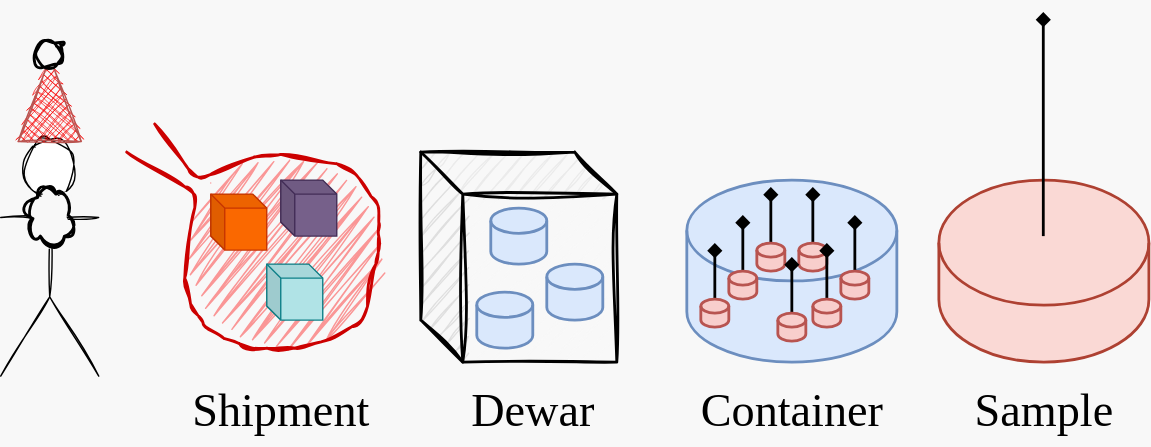
keeble/i19-1-workshop keeps this draw.io diagram as christmas.drawio.svg. Above is the earlier version. Source tidied: cells renumbered, new cells last; positions are measured from the earlier drawing's top-left corner, leaving out a move shared by most shapes. The source it was exported from:
```xml
<mxGraphModel background="#F8F8F8">
  <root>
    <mxCell id="0" />
    <mxCell id="1" parent="0" />
    <mxCell id="2" style="ellipse;whiteSpace=wrap;html=1;fillStyle=zigzag;strokeWidth=2;fillColor=#FA9696;strokeColor=none;sketch=1;curveFitting=1;jiggle=2;" parent="1" vertex="1">
      <mxGeometry x="130" y="100" width="140" height="140" as="geometry" />
    </mxCell>
    <mxCell id="3" style="shape=umlActor;verticalLabelPosition=bottom;verticalAlign=top;html=1;sketch=1;curveFitting=1;jiggle=2;" parent="1" vertex="1">
      <mxGeometry y="90" width="70" height="170" as="geometry" />
    </mxCell>
    <mxCell id="4" style="shape=cube;whiteSpace=wrap;html=1;boundedLbl=1;backgroundOutline=1;darkOpacity=0.05;darkOpacity2=0.1;size=10;fillColor=#fa6800;fontColor=#000000;strokeColor=#C73500;" parent="1" vertex="1">
      <mxGeometry x="150" y="130" width="40" height="40" as="geometry" />
    </mxCell>
    <mxCell id="5" style="edgeStyle=none;orthogonalLoop=1;jettySize=auto;html=1;rounded=1;endArrow=none;endFill=0;strokeWidth=2;fillColor=#f8cecc;strokeColor=#CC0000;sketch=1;curveFitting=1;jiggle=2;" parent="1" edge="1">
      <mxGeometry relative="1" as="geometry">
        <mxPoint x="90" y="100" as="sourcePoint" />
        <mxPoint x="110" y="80" as="targetPoint" />
        <Array as="points">
          <mxPoint x="140" y="130" />
          <mxPoint x="130" y="200" />
          <mxPoint x="150" y="230" />
          <mxPoint x="180" y="240" />
          <mxPoint x="220" y="240" />
          <mxPoint x="260" y="220" />
          <mxPoint x="270" y="170" />
          <mxPoint x="270" y="140" />
          <mxPoint x="250" y="110" />
          <mxPoint x="190" y="100" />
          <mxPoint x="140" y="120" />
        </Array>
      </mxGeometry>
    </mxCell>
    <mxCell id="6" style="triangle;whiteSpace=wrap;html=1;fillColor=#F80707;strokeColor=#b85450;rotation=-90;sketch=1;curveFitting=1;jiggle=2;fillStyle=cross-hatch;" parent="1" vertex="1">
      <mxGeometry x="5" y="40" width="60" height="45" as="geometry" />
    </mxCell>
    <mxCell id="7" style="ellipse;whiteSpace=wrap;html=1;fillColor=#F8F8F8;strokeWidth=2;sketch=1;curveFitting=1;jiggle=2;fillStyle=solid;" parent="1" vertex="1">
      <mxGeometry x="25" y="20" width="20" height="20" as="geometry" />
    </mxCell>
    <mxCell id="8" style="ellipse;shape=cloud;whiteSpace=wrap;html=1;strokeWidth=2;fillColor=#F8F8F8;sketch=1;curveFitting=1;jiggle=2;fillStyle=solid;" parent="1" vertex="1">
      <mxGeometry x="17.5" y="120" width="35" height="50" as="geometry" />
    </mxCell>
    <mxCell id="9" style="shape=cube;whiteSpace=wrap;html=1;boundedLbl=1;backgroundOutline=1;darkOpacity=0.05;darkOpacity2=0.1;size=10;fillColor=#b0e3e6;strokeColor=#0e8088;" parent="1" vertex="1">
      <mxGeometry x="190" y="180" width="40" height="40" as="geometry" />
    </mxCell>
    <mxCell id="10" style="shape=cube;whiteSpace=wrap;html=1;boundedLbl=1;backgroundOutline=1;darkOpacity=0.05;darkOpacity2=0.1;size=10;fillColor=#76608a;fontColor=#ffffff;strokeColor=#432D57;" parent="1" vertex="1">
      <mxGeometry x="200" y="120" width="40" height="40" as="geometry" />
    </mxCell>
    <mxCell id="11" style="shape=cube;whiteSpace=wrap;html=1;boundedLbl=1;backgroundOutline=1;darkOpacity=0.05;darkOpacity2=0.1;strokeWidth=2;fillColor=#F8F8F8;size=30;sketch=1;curveFitting=1;jiggle=2;" parent="1" vertex="1">
      <mxGeometry x="300" y="100" width="140" height="150" as="geometry" />
    </mxCell>
    <mxCell id="12" style="shape=cylinder3;whiteSpace=wrap;html=1;boundedLbl=1;backgroundOutline=1;size=9;strokeWidth=2;fillColor=#dae8fc;strokeColor=#6c8ebf;" parent="1" vertex="1">
      <mxGeometry x="340" y="200" width="40" height="40" as="geometry" />
    </mxCell>
    <mxCell id="13" style="shape=cylinder3;whiteSpace=wrap;html=1;boundedLbl=1;backgroundOutline=1;size=9;strokeWidth=2;fillColor=#dae8fc;strokeColor=#6c8ebf;" parent="1" vertex="1">
      <mxGeometry x="350" y="140" width="40" height="40" as="geometry" />
    </mxCell>
    <mxCell id="14" style="shape=cylinder3;whiteSpace=wrap;html=1;boundedLbl=1;backgroundOutline=1;size=9;strokeWidth=2;fillColor=#dae8fc;strokeColor=#6c8ebf;" parent="1" vertex="1">
      <mxGeometry x="390" y="180" width="40" height="40" as="geometry" />
    </mxCell>
    <mxCell id="15" style="shape=cylinder3;whiteSpace=wrap;html=1;boundedLbl=1;backgroundOutline=1;size=36;strokeWidth=2;fillColor=#dae8fc;strokeColor=#6c8ebf;" parent="1" vertex="1">
      <mxGeometry x="490" y="120" width="150" height="130" as="geometry" />
    </mxCell>
    <mxCell id="16" style="edgeStyle=orthogonalEdgeStyle;rounded=1;jettySize=auto;html=1;exitX=0.5;exitY=0;exitDx=0;exitDy=0;exitPerimeter=0;strokeWidth=2;endArrow=diamond;endFill=1;startArrow=none;startFill=0;" parent="1" edge="1" source="17">
      <mxGeometry relative="1" as="geometry">
        <mxPoint x="530" y="145" as="targetPoint" />
      </mxGeometry>
    </mxCell>
    <mxCell id="17" style="shape=cylinder3;whiteSpace=wrap;html=1;boundedLbl=1;backgroundOutline=1;size=5;strokeWidth=2;fillColor=#f8cecc;strokeColor=#b85450;" parent="1" vertex="1">
      <mxGeometry x="520" y="185" width="20" height="20" as="geometry" />
    </mxCell>
    <mxCell id="18" style="edgeStyle=orthogonalEdgeStyle;rounded=1;jettySize=auto;html=1;exitX=0.5;exitY=0;exitDx=0;exitDy=0;exitPerimeter=0;strokeWidth=2;endArrow=diamond;endFill=1;startArrow=none;startFill=0;" parent="1" edge="1" source="19">
      <mxGeometry relative="1" as="geometry">
        <mxPoint x="610" y="145" as="targetPoint" />
      </mxGeometry>
    </mxCell>
    <mxCell id="19" style="shape=cylinder3;whiteSpace=wrap;html=1;boundedLbl=1;backgroundOutline=1;size=5;strokeWidth=2;fillColor=#f8cecc;strokeColor=#b85450;" parent="1" vertex="1">
      <mxGeometry x="600" y="185" width="20" height="20" as="geometry" />
    </mxCell>
    <mxCell id="20" style="edgeStyle=orthogonalEdgeStyle;rounded=1;jettySize=auto;html=1;exitX=0.5;exitY=0;exitDx=0;exitDy=0;exitPerimeter=0;strokeWidth=2;endArrow=diamond;endFill=1;startArrow=none;startFill=0;" parent="1" edge="1" source="21">
      <mxGeometry relative="1" as="geometry">
        <mxPoint x="580" y="125" as="targetPoint" />
      </mxGeometry>
    </mxCell>
    <mxCell id="21" style="shape=cylinder3;whiteSpace=wrap;html=1;boundedLbl=1;backgroundOutline=1;size=5;strokeWidth=2;fillColor=#f8cecc;strokeColor=#b85450;" parent="1" vertex="1">
      <mxGeometry x="570" y="165" width="20" height="20" as="geometry" />
    </mxCell>
    <mxCell id="22" style="edgeStyle=orthogonalEdgeStyle;rounded=1;jettySize=auto;html=1;exitX=0.5;exitY=0;exitDx=0;exitDy=0;exitPerimeter=0;strokeWidth=2;endArrow=diamond;endFill=1;startArrow=none;startFill=0;" parent="1" edge="1" source="23">
      <mxGeometry relative="1" as="geometry">
        <mxPoint x="550" y="125" as="targetPoint" />
      </mxGeometry>
    </mxCell>
    <mxCell id="23" style="shape=cylinder3;whiteSpace=wrap;html=1;boundedLbl=1;backgroundOutline=1;size=5;strokeWidth=2;fillColor=#f8cecc;strokeColor=#b85450;" parent="1" vertex="1">
      <mxGeometry x="540" y="165" width="20" height="20" as="geometry" />
    </mxCell>
    <mxCell id="24" style="edgeStyle=orthogonalEdgeStyle;rounded=1;jettySize=auto;html=1;exitX=0.5;exitY=0;exitDx=0;exitDy=0;exitPerimeter=0;strokeWidth=2;endArrow=diamond;endFill=1;startArrow=none;startFill=0;" parent="1" edge="1" source="25">
      <mxGeometry relative="1" as="geometry">
        <mxPoint x="590" y="165" as="targetPoint" />
      </mxGeometry>
    </mxCell>
    <mxCell id="25" style="shape=cylinder3;whiteSpace=wrap;html=1;boundedLbl=1;backgroundOutline=1;size=5;strokeWidth=2;fillColor=#f8cecc;strokeColor=#b85450;" parent="1" vertex="1">
      <mxGeometry x="580" y="205" width="20" height="20" as="geometry" />
    </mxCell>
    <mxCell id="26" style="edgeStyle=orthogonalEdgeStyle;rounded=1;jettySize=auto;html=1;exitX=0.5;exitY=0;exitDx=0;exitDy=0;exitPerimeter=0;strokeWidth=2;endArrow=diamond;endFill=1;startArrow=none;startFill=0;" parent="1" edge="1" source="27">
      <mxGeometry relative="1" as="geometry">
        <mxPoint x="565" y="175" as="targetPoint" />
      </mxGeometry>
    </mxCell>
    <mxCell id="27" style="shape=cylinder3;whiteSpace=wrap;html=1;boundedLbl=1;backgroundOutline=1;size=5;strokeWidth=2;fillColor=#f8cecc;strokeColor=#b85450;" parent="1" vertex="1">
      <mxGeometry x="555" y="215" width="20" height="20" as="geometry" />
    </mxCell>
    <mxCell id="28" style="edgeStyle=orthogonalEdgeStyle;rounded=1;jettySize=auto;html=1;exitX=0.5;exitY=0;exitDx=0;exitDy=0;exitPerimeter=0;strokeWidth=2;endArrow=diamond;endFill=1;startArrow=none;startFill=0;" parent="1" edge="1" source="29">
      <mxGeometry relative="1" as="geometry">
        <mxPoint x="510" y="165" as="targetPoint" />
      </mxGeometry>
    </mxCell>
    <mxCell id="29" style="shape=cylinder3;whiteSpace=wrap;html=1;boundedLbl=1;backgroundOutline=1;size=5;strokeWidth=2;fillColor=#f8cecc;strokeColor=#b85450;" parent="1" vertex="1">
      <mxGeometry x="500" y="205" width="20" height="20" as="geometry" />
    </mxCell>
    <mxCell id="30" value="Shipment" style="text;html=1;align=center;verticalAlign=middle;strokeColor=none;fillColor=none;fontSize=33;fontFamily=Verdana;" parent="1" vertex="1">
      <mxGeometry x="110" y="260" width="180" height="50" as="geometry" />
    </mxCell>
    <mxCell id="31" value="Dewar" style="text;html=1;align=center;verticalAlign=middle;strokeColor=none;fillColor=none;fontSize=33;fontFamily=Verdana;" parent="1" vertex="1">
      <mxGeometry x="315" y="260" width="130" height="50" as="geometry" />
    </mxCell>
    <mxCell id="32" value="Container" style="text;html=1;align=center;verticalAlign=middle;strokeColor=none;fillColor=none;fontSize=33;fontFamily=Verdana;" parent="1" vertex="1">
      <mxGeometry x="475" y="260" width="180" height="50" as="geometry" />
    </mxCell>
    <mxCell id="33" style="shape=cylinder3;whiteSpace=wrap;html=1;boundedLbl=1;backgroundOutline=1;size=44.66666666666666;strokeWidth=2;fillColor=#fad9d5;strokeColor=#ae4132;" parent="1" vertex="1">
      <mxGeometry x="670" y="120" width="150" height="130" as="geometry" />
    </mxCell>
    <mxCell id="34" style="edgeStyle=orthogonalEdgeStyle;rounded=1;orthogonalLoop=1;jettySize=auto;html=1;strokeWidth=2;endArrow=diamond;endFill=1;startArrow=none;startFill=0;" parent="1" edge="1">
      <mxGeometry relative="1" as="geometry">
        <mxPoint x="744.6" y="160" as="sourcePoint" />
        <mxPoint x="744.6" as="targetPoint" />
      </mxGeometry>
    </mxCell>
    <mxCell id="35" value="Sample" style="text;html=1;align=center;verticalAlign=middle;strokeColor=none;fillColor=none;fontSize=33;fontFamily=Verdana;" parent="1" vertex="1">
      <mxGeometry x="670" y="260" width="150" height="50" as="geometry" />
    </mxCell>
  </root>
</mxGraphModel>
```
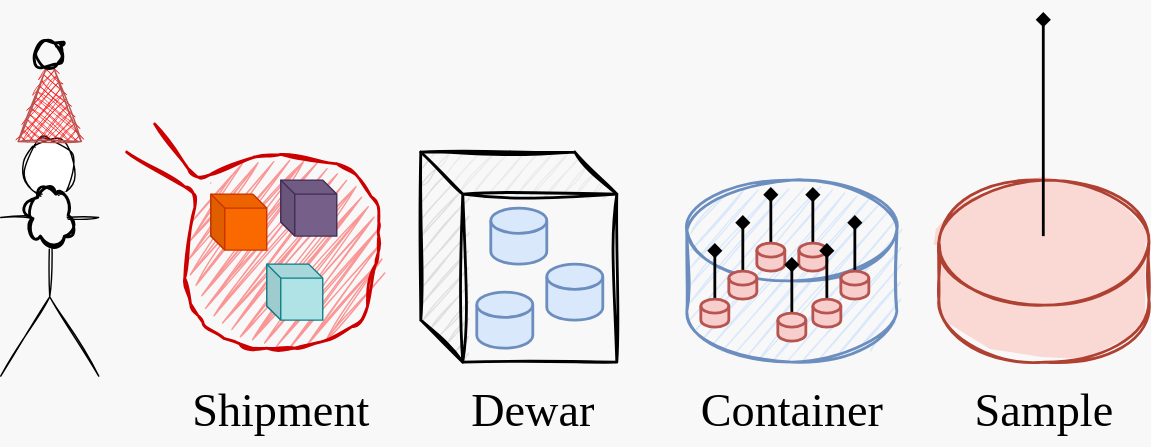
After the change.

Change to the diagram source:
```diff
@@ -57,7 +57,7 @@
     <mxCell id="14" style="shape=cylinder3;whiteSpace=wrap;html=1;boundedLbl=1;backgroundOutline=1;size=9;strokeWidth=2;fillColor=#dae8fc;strokeColor=#6c8ebf;" parent="1" vertex="1">
       <mxGeometry x="390" y="180" width="40" height="40" as="geometry" />
     </mxCell>
-    <mxCell id="15" style="shape=cylinder3;whiteSpace=wrap;html=1;boundedLbl=1;backgroundOutline=1;size=36;strokeWidth=2;fillColor=#dae8fc;strokeColor=#6c8ebf;" parent="1" vertex="1">
+    <mxCell id="15" style="shape=cylinder3;whiteSpace=wrap;html=1;boundedLbl=1;backgroundOutline=1;size=36;strokeWidth=2;fillColor=#dae8fc;strokeColor=#6c8ebf;sketch=1;curveFitting=1;jiggle=2;" parent="1" vertex="1">
       <mxGeometry x="490" y="120" width="150" height="130" as="geometry" />
     </mxCell>
     <mxCell id="16" style="edgeStyle=orthogonalEdgeStyle;rounded=1;jettySize=auto;html=1;exitX=0.5;exitY=0;exitDx=0;exitDy=0;exitPerimeter=0;strokeWidth=2;endArrow=diamond;endFill=1;startArrow=none;startFill=0;" parent="1" edge="1" source="17">
@@ -125,7 +125,7 @@
     <mxCell id="32" value="Container" style="text;html=1;align=center;verticalAlign=middle;strokeColor=none;fillColor=none;fontSize=33;fontFamily=Verdana;" parent="1" vertex="1">
       <mxGeometry x="475" y="260" width="180" height="50" as="geometry" />
     </mxCell>
-    <mxCell id="33" style="shape=cylinder3;whiteSpace=wrap;html=1;boundedLbl=1;backgroundOutline=1;size=44.66666666666666;strokeWidth=2;fillColor=#fad9d5;strokeColor=#ae4132;" parent="1" vertex="1">
+    <mxCell id="33" style="shape=cylinder3;whiteSpace=wrap;html=1;boundedLbl=1;backgroundOutline=1;size=44.66666666666666;strokeWidth=2;fillColor=#fad9d5;strokeColor=#ae4132;sketch=1;curveFitting=1;jiggle=2;fillStyle=solid;" parent="1" vertex="1">
       <mxGeometry x="670" y="120" width="150" height="130" as="geometry" />
     </mxCell>
     <mxCell id="34" style="edgeStyle=orthogonalEdgeStyle;rounded=1;orthogonalLoop=1;jettySize=auto;html=1;strokeWidth=2;endArrow=diamond;endFill=1;startArrow=none;startFill=0;" parent="1" edge="1">
```
